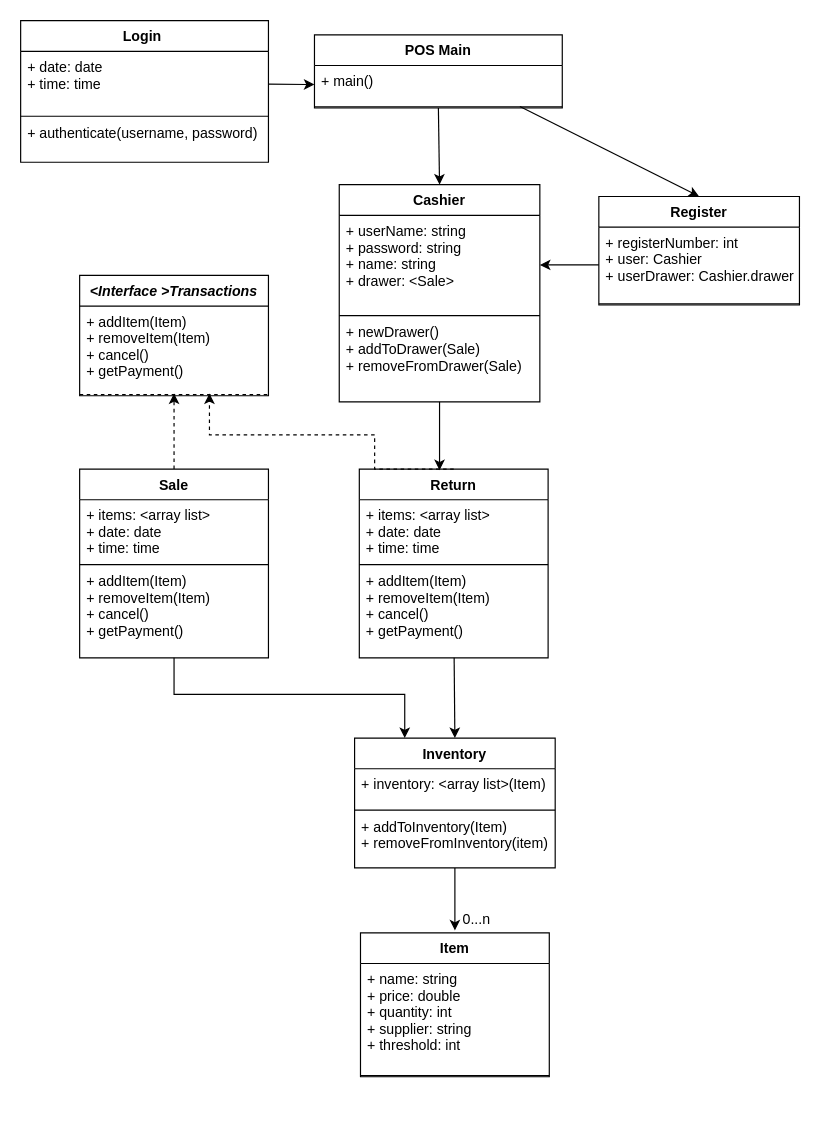
Above: POS Clas Diagram.drawio in donovansmith/simple_pos (draw.io), before the change. Source tidied: cells renumbered, new cells numbered last; positions are measured from the earlier drawing's top-left corner, leaving out a move shared by most shapes. Both pictures are drawn from the tidied source at 118%, with x=0, y=0 at pixel (20, 20).
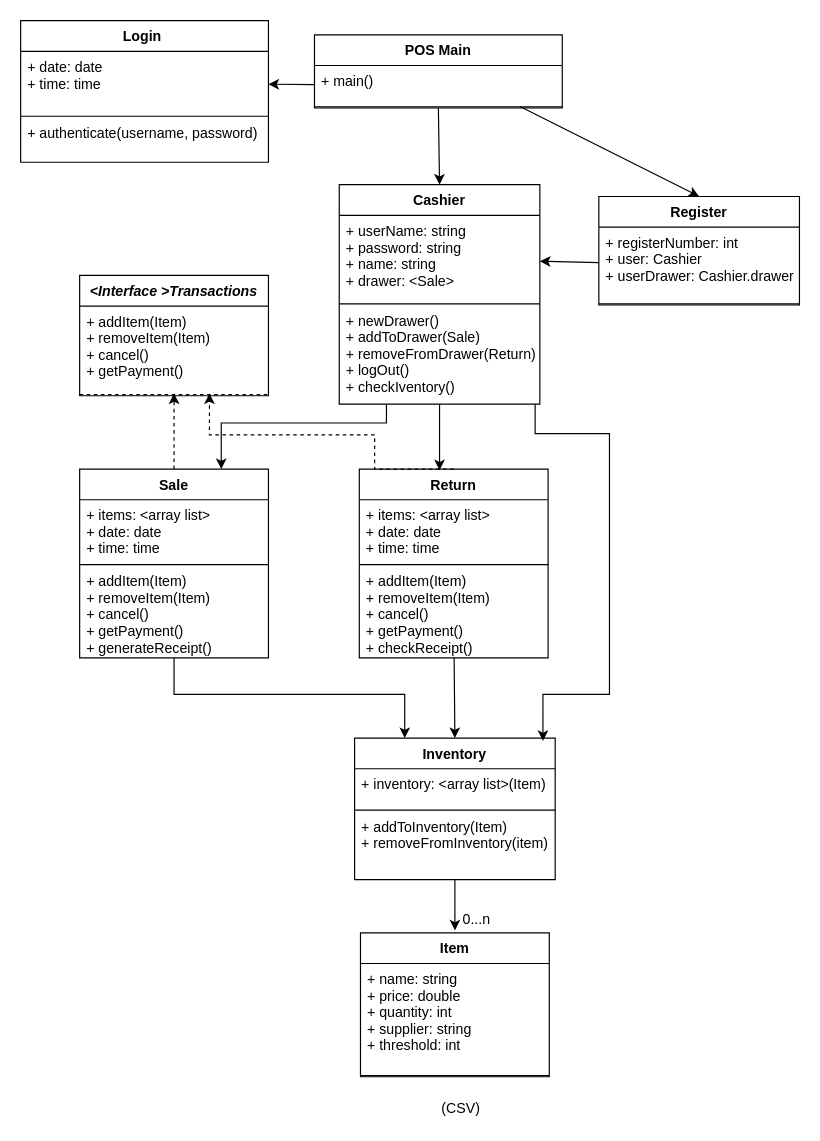
Above is the later version.

Unchanged cells that the change refers to:
```xml
<mxCell id="7" value="Sale" style="swimlane;fontStyle=1;align=center;verticalAlign=top;horizontal=1;startSize=26;" parent="1" vertex="1">
  <mxGeometry x="50" y="380" width="160" height="160" as="geometry" />
</mxCell>
<mxCell id="26" value="Return" style="swimlane;fontStyle=1;align=center;verticalAlign=top;horizontal=1;startSize=26;" parent="1" vertex="1">
  <mxGeometry x="287" y="380" width="160" height="160" as="geometry" />
</mxCell>
<mxCell id="38" value="+ date: date&#10;+ time: time&#10;" style="text;strokeColor=none;fillColor=none;align=left;verticalAlign=top;spacingLeft=4;spacingRight=4;overflow=hidden;points=[[0,0.5],[1,0.5]];portConstraint=eastwest;" parent="37" vertex="1">
  <mxGeometry y="26" width="210" height="54" as="geometry" />
</mxCell>
<mxCell id="42" value="+ main()" style="text;strokeColor=none;fillColor=none;align=left;verticalAlign=top;spacingLeft=4;spacingRight=4;overflow=hidden;points=[[0,0.5],[1,0.5]];portConstraint=eastwest;" parent="41" vertex="1">
  <mxGeometry y="26" width="210" height="34" as="geometry" />
</mxCell>
```

Diff of the diagram source:
```diff
@@
     <mxCell id="2" value="Cashier" style="swimlane;fontStyle=1;align=center;verticalAlign=top;horizontal=1;startSize=26;" parent="1" vertex="1">
-      <mxGeometry x="270" y="139" width="170" height="184" as="geometry" />
+      <mxGeometry x="270" y="139" width="170" height="186" as="geometry" />
     </mxCell>
     <mxCell id="3" value="+ userName: string&#10;+ password: string&#10;+ name: string&#10;+ drawer: &lt;Sale&gt;&#10;" style="text;strokeColor=none;fillColor=none;align=left;verticalAlign=top;spacingLeft=4;spacingRight=4;overflow=hidden;points=[[0,0.5],[1,0.5]];portConstraint=eastwest;" parent="2" vertex="1">
-      <mxGeometry y="26" width="170" height="84" as="geometry" />
+      <mxGeometry y="26" width="170" height="74" as="geometry" />
     </mxCell>
     <mxCell id="4" style="line;strokeWidth=1;fillColor=none;align=left;verticalAlign=middle;spacingTop=-1;spacingLeft=3;spacingRight=3;labelPosition=right;" parent="2" vertex="1">
-      <mxGeometry y="110" width="170" height="2" as="geometry" />
+      <mxGeometry y="100" width="170" height="2" as="geometry" />
     </mxCell>
-    <mxCell id="5" value="+ newDrawer()&#10;+ addToDrawer(Sale)&#10;+ removeFromDrawer(Sale)&#10;" style="text;strokeColor=none;fillColor=none;align=left;verticalAlign=top;spacingLeft=4;spacingRight=4;overflow=hidden;points=[[0,0.5],[1,0.5]];portConstraint=eastwest;" parent="2" vertex="1">
-      <mxGeometry y="112" width="170" height="72" as="geometry" />
+    <mxCell id="5" value="+ newDrawer()&#10;+ addToDrawer(Sale)&#10;+ removeFromDrawer(Return)&#10;+ logOut()&#10;+ checkIventory()&#10;" style="text;strokeColor=none;fillColor=none;align=left;verticalAlign=top;spacingLeft=4;spacingRight=4;overflow=hidden;points=[[0,0.5],[1,0.5]];portConstraint=eastwest;" parent="2" vertex="1">
+      <mxGeometry y="102" width="170" height="84" as="geometry" />
     </mxCell>
@@
-    <mxCell id="10" value="+ addItem(Item)&#10;+ removeItem(Item)&#10;+ cancel()&#10;+ getPayment()&#10;" style="text;strokeColor=none;fillColor=none;align=left;verticalAlign=top;spacingLeft=4;spacingRight=4;overflow=hidden;points=[[0,0.5],[1,0.5]];portConstraint=eastwest;" parent="7" vertex="1">
+    <mxCell id="10" value="+ addItem(Item)&#10;+ removeItem(Item)&#10;+ cancel()&#10;+ getPayment()&#10;+ generateReceipt()" style="text;strokeColor=none;fillColor=none;align=left;verticalAlign=top;spacingLeft=4;spacingRight=4;overflow=hidden;points=[[0,0.5],[1,0.5]];portConstraint=eastwest;" parent="7" vertex="1">
       <mxGeometry y="82" width="160" height="78" as="geometry" />
     </mxCell>
@@
     <mxCell id="17" value="Inventory" style="swimlane;fontStyle=1;align=center;verticalAlign=top;horizontal=1;startSize=26;" parent="1" vertex="1">
-      <mxGeometry x="283" y="608" width="170" height="110" as="geometry" />
+      <mxGeometry x="283" y="608" width="170" height="120" as="geometry" />
     </mxCell>
@@
-    <mxCell id="20" value="+ addToInventory(Item)&#10;+ removeFromInventory(item)&#10;" style="text;strokeColor=none;fillColor=none;align=left;verticalAlign=top;spacingLeft=4;spacingRight=4;overflow=hidden;points=[[0,0.5],[1,0.5]];portConstraint=eastwest;" parent="17" vertex="1">
-      <mxGeometry y="62" width="170" height="48" as="geometry" />
+    <mxCell id="20" value="+ addToInventory(Item)&#10;+ removeFromInventory(item)&#10;&#10;" style="text;strokeColor=none;fillColor=none;align=left;verticalAlign=top;spacingLeft=4;spacingRight=4;overflow=hidden;points=[[0,0.5],[1,0.5]];portConstraint=eastwest;" parent="17" vertex="1">
+      <mxGeometry y="62" width="170" height="58" as="geometry" />
     </mxCell>
@@
-    <mxCell id="29" value="+ addItem(Item)&#10;+ removeItem(Item)&#10;+ cancel()&#10;+ getPayment()&#10;" style="text;strokeColor=none;fillColor=none;align=left;verticalAlign=top;spacingLeft=4;spacingRight=4;overflow=hidden;points=[[0,0.5],[1,0.5]];portConstraint=eastwest;" parent="26" vertex="1">
+    <mxCell id="29" value="+ addItem(Item)&#10;+ removeItem(Item)&#10;+ cancel()&#10;+ getPayment()&#10;+ checkReceipt()&#10;" style="text;strokeColor=none;fillColor=none;align=left;verticalAlign=top;spacingLeft=4;spacingRight=4;overflow=hidden;points=[[0,0.5],[1,0.5]];portConstraint=eastwest;" parent="26" vertex="1">
       <mxGeometry y="82" width="160" height="78" as="geometry" />
     </mxCell>
@@
+    <mxCell id="45" style="endArrow=classic;html=1;entryX=0.75;entryY=0;entryDx=0;entryDy=0;edgeStyle=orthogonalEdgeStyle;rounded=0;" parent="1" edge="1" source="5" target="7">
+      <mxGeometry relative="1" as="geometry">
+        <Array as="points">
+          <mxPoint x="310" y="341" />
+          <mxPoint x="170" y="341" />
+        </Array>
+      </mxGeometry>
+    </mxCell>
-    <mxCell id="44" style="endArrow=classic;html=1;" parent="1" edge="1" source="38" target="42">
+    <mxCell id="44" style="endArrow=classic;html=1;" parent="1" edge="1" source="42" target="38">
       <mxGeometry relative="1" as="geometry" />
     </mxCell>
+    <mxCell id="46" style="endArrow=classic;html=1;edgeStyle=orthogonalEdgeStyle;rounded=0;entryX=0.939;entryY=0.02;entryDx=0;entryDy=0;entryPerimeter=0;" parent="1" edge="1" source="5" target="17">
+      <mxGeometry relative="1" as="geometry">
+        <Array as="points">
+          <mxPoint x="436" y="350" />
+          <mxPoint x="499" y="350" />
+          <mxPoint x="499" y="571" />
+          <mxPoint x="443" y="571" />
+        </Array>
+      </mxGeometry>
+    </mxCell>
+    <mxCell id="47" value="(CSV)" style="text;html=1;align=left;verticalAlign=top;spacingTop=-4;" parent="1" vertex="1">
+      <mxGeometry x="355" y="912" width="50" height="20" as="geometry" />
+    </mxCell>
```
